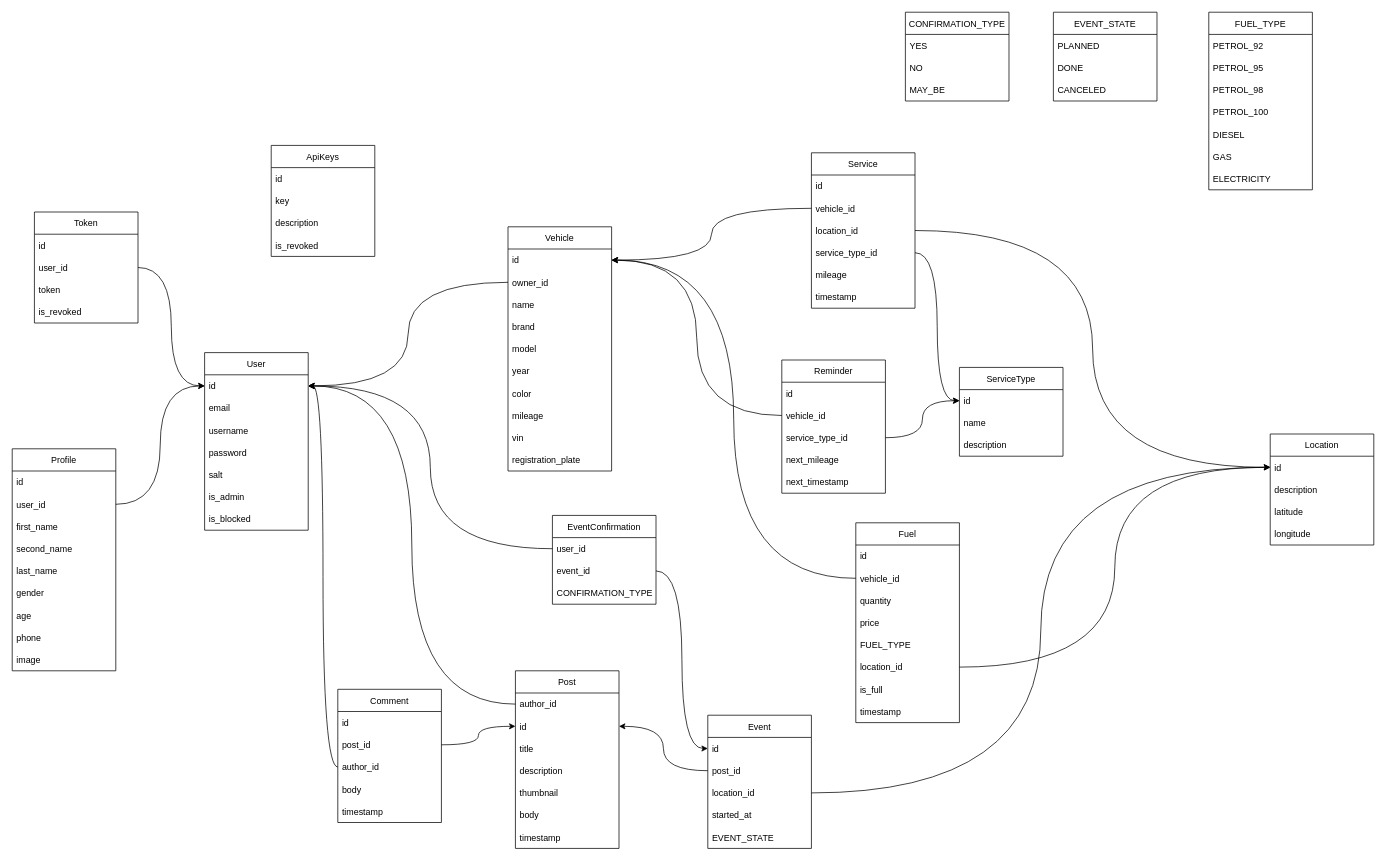
jadjer/mores keeps this draw.io diagram as page "Page-1" (1 of 2) of schema.drawio. Above is the earlier version. Source tidied: cells renumbered, new cells numbered last; positions are measured from the earlier drawing's top-left corner, leaving out a move shared by most shapes. Both pictures are drawn from the tidied source at 74%, with x=0, y=0 at pixel (12, 12).
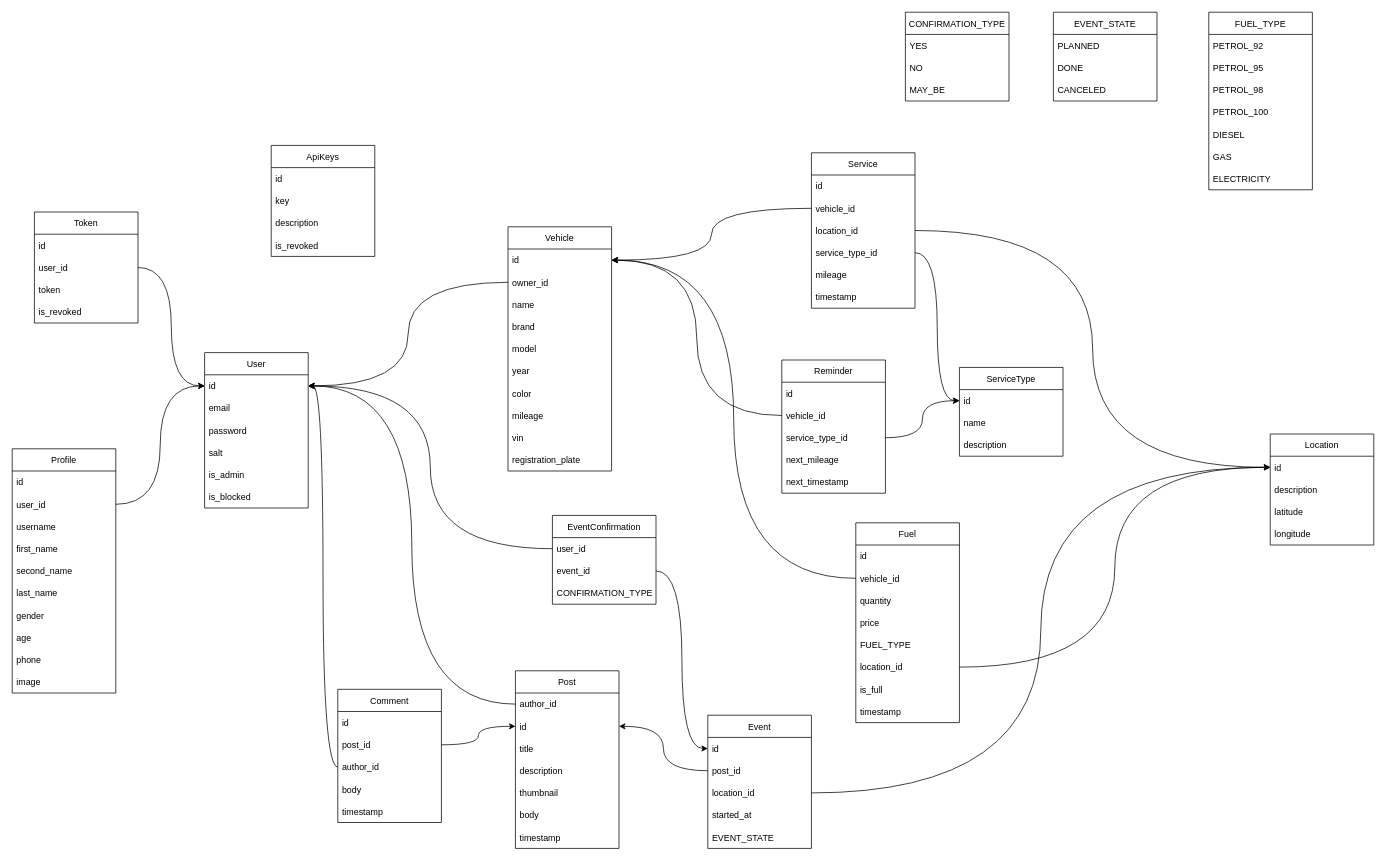
Above is the later version.

Diff of the diagram source:
```diff
@@
     <mxCell id="2" value="User" style="swimlane;fontStyle=0;horizontal=1;startSize=30;" parent="1" vertex="1">
-      <mxGeometry x="260" y="460" width="140" height="240" as="geometry" />
+      <mxGeometry x="260" y="460" width="140" height="210" as="geometry" />
     </mxCell>
@@
-    <mxCell id="5" value="username" style="text;strokeColor=none;fillColor=none;align=left;verticalAlign=middle;spacingLeft=4;spacingRight=4;overflow=hidden;" parent="2" vertex="1">
-      <mxGeometry y="90" width="140" height="30" as="geometry" />
-    </mxCell>
     <mxCell id="6" value="password" style="text;strokeColor=none;fillColor=none;align=left;verticalAlign=middle;spacingLeft=4;spacingRight=4;overflow=hidden;" parent="2" vertex="1">
-      <mxGeometry y="120" width="140" height="30" as="geometry" />
+      <mxGeometry y="90" width="140" height="30" as="geometry" />
     </mxCell>
     <mxCell id="7" value="salt" style="text;strokeColor=none;fillColor=none;align=left;verticalAlign=middle;spacingLeft=4;spacingRight=4;overflow=hidden;" parent="2" vertex="1">
-      <mxGeometry y="150" width="140" height="30" as="geometry" />
+      <mxGeometry y="120" width="140" height="30" as="geometry" />
     </mxCell>
     <mxCell id="8" value="is_admin" style="text;strokeColor=none;fillColor=none;align=left;verticalAlign=middle;spacingLeft=4;spacingRight=4;overflow=hidden;" parent="2" vertex="1">
-      <mxGeometry y="180" width="140" height="30" as="geometry" />
+      <mxGeometry y="150" width="140" height="30" as="geometry" />
     </mxCell>
     <mxCell id="9" value="is_blocked" style="text;strokeColor=none;fillColor=none;align=left;verticalAlign=middle;spacingLeft=4;spacingRight=4;overflow=hidden;" parent="2" vertex="1">
-      <mxGeometry y="210" width="140" height="30" as="geometry" />
+      <mxGeometry y="180" width="140" height="30" as="geometry" />
     </mxCell>
@@
     <mxCell id="118" value="Profile" style="swimlane;fontStyle=0;horizontal=1;startSize=30;" parent="1" vertex="1">
-      <mxGeometry y="590" width="140" height="300" as="geometry" />
+      <mxGeometry y="590" width="140" height="330" as="geometry" />
     </mxCell>
@@
+    <mxCell id="5" value="username" style="text;strokeColor=none;fillColor=none;align=left;verticalAlign=middle;spacingLeft=4;spacingRight=4;overflow=hidden;" parent="118" vertex="1">
+      <mxGeometry y="90" width="140" height="30" as="geometry" />
+    </mxCell>
     <mxCell id="121" value="first_name" style="text;strokeColor=none;fillColor=none;align=left;verticalAlign=middle;spacingLeft=4;spacingRight=4;overflow=hidden;" parent="118" vertex="1">
-      <mxGeometry y="90" width="140" height="30" as="geometry" />
+      <mxGeometry y="120" width="140" height="30" as="geometry" />
     </mxCell>
     <mxCell id="122" value="second_name" style="text;strokeColor=none;fillColor=none;align=left;verticalAlign=middle;spacingLeft=4;spacingRight=4;overflow=hidden;" parent="118" vertex="1">
-      <mxGeometry y="120" width="140" height="30" as="geometry" />
+      <mxGeometry y="150" width="140" height="30" as="geometry" />
     </mxCell>
     <mxCell id="123" value="last_name" style="text;strokeColor=none;fillColor=none;align=left;verticalAlign=middle;spacingLeft=4;spacingRight=4;overflow=hidden;" parent="118" vertex="1">
-      <mxGeometry y="150" width="140" height="30" as="geometry" />
+      <mxGeometry y="180" width="140" height="30" as="geometry" />
     </mxCell>
     <mxCell id="124" value="gender" style="text;strokeColor=none;fillColor=none;align=left;verticalAlign=middle;spacingLeft=4;spacingRight=4;overflow=hidden;" parent="118" vertex="1">
-      <mxGeometry y="180" width="140" height="30" as="geometry" />
+      <mxGeometry y="210" width="140" height="30" as="geometry" />
     </mxCell>
     <mxCell id="125" value="age" style="text;strokeColor=none;fillColor=none;align=left;verticalAlign=middle;spacingLeft=4;spacingRight=4;overflow=hidden;" parent="118" vertex="1">
-      <mxGeometry y="210" width="140" height="30" as="geometry" />
+      <mxGeometry y="240" width="140" height="30" as="geometry" />
     </mxCell>
     <mxCell id="126" value="phone" style="text;strokeColor=none;fillColor=none;align=left;verticalAlign=middle;spacingLeft=4;spacingRight=4;overflow=hidden;" parent="118" vertex="1">
-      <mxGeometry y="240" width="140" height="30" as="geometry" />
+      <mxGeometry y="270" width="140" height="30" as="geometry" />
     </mxCell>
     <mxCell id="127" value="image" style="text;strokeColor=none;fillColor=none;align=left;verticalAlign=middle;spacingLeft=4;spacingRight=4;overflow=hidden;" parent="118" vertex="1">
-      <mxGeometry y="270" width="140" height="30" as="geometry" />
+      <mxGeometry y="300" width="140" height="30" as="geometry" />
     </mxCell>
```
